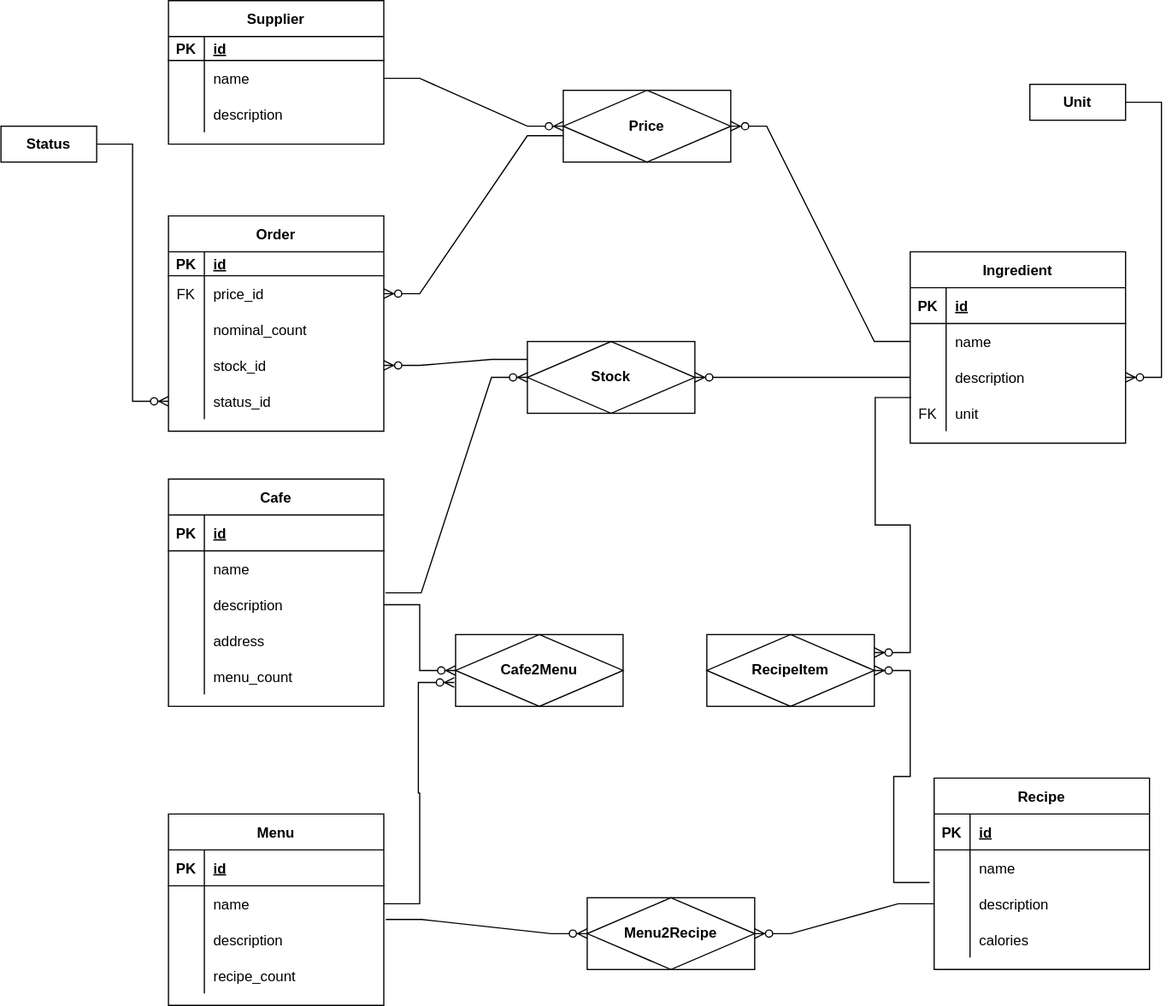
The draw.io diagram doc/fig/infological.svg in zubrailx/university-itmo, before a commit. Source tidied: cells renumbered, new cells last; positions are measured from the earlier drawing's top-left corner, leaving out a move shared by most shapes.
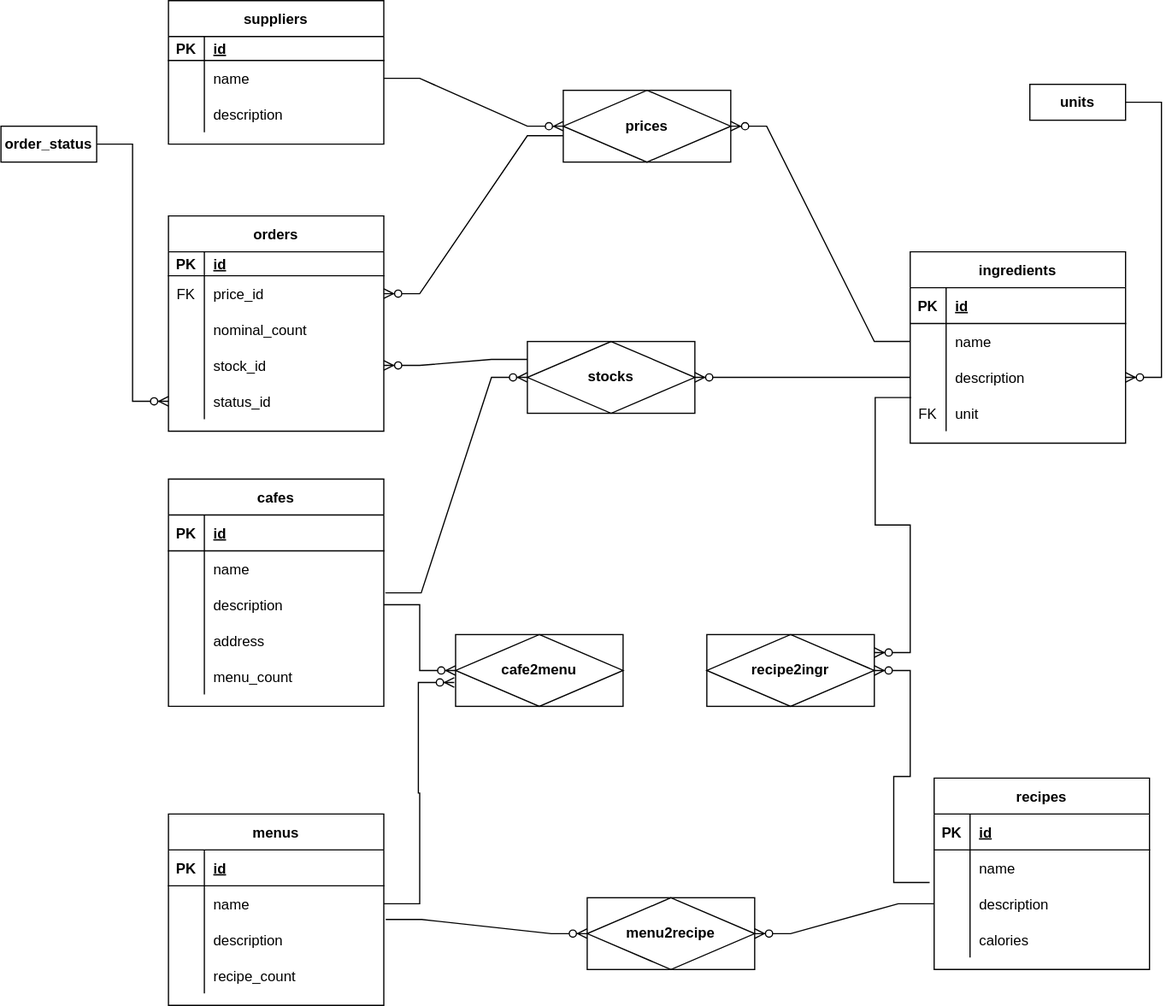
After the commit.

Change to the diagram source:
```diff
@@ -2,7 +2,7 @@
   <root>
     <mxCell id="0" />
     <mxCell id="1" parent="0" />
-    <mxCell id="2" value="Supplier" style="shape=table;startSize=30;rowLines=0;fontStyle=1;align=center;" parent="1" vertex="1">
+    <mxCell id="2" value="suppliers" style="shape=table;startSize=30;rowLines=0;fontStyle=1;align=center;" parent="1" vertex="1">
       <mxGeometry x="140" width="180" height="120" as="geometry" />
     </mxCell>
     <mxCell id="3" style="shape=tableRow;horizontal=0;startSize=0;swimlaneHead=0;swimlaneBody=0;fillColor=none;top=0;left=0;right=0;bottom=1;" parent="2" vertex="1">
@@ -32,7 +32,7 @@
     <mxCell id="11" value="description" style="shape=partialRectangle;fillColor=none;top=0;left=0;bottom=0;right=0;align=left;spacingLeft=6;overflow=hidden;" parent="9" vertex="1">
       <mxGeometry x="30" width="150" height="30" as="geometry" />
     </mxCell>
-    <mxCell id="12" value="Ingredient" style="shape=table;startSize=30;rowLines=0;fontStyle=1;align=center;" parent="1" vertex="1">
+    <mxCell id="12" value="ingredients" style="shape=table;startSize=30;rowLines=0;fontStyle=1;align=center;" parent="1" vertex="1">
       <mxGeometry x="760" y="210" width="180" height="160" as="geometry" />
     </mxCell>
     <mxCell id="13" style="shape=tableRow;horizontal=0;startSize=0;swimlaneHead=0;swimlaneBody=0;fillColor=none;top=0;left=0;right=0;bottom=1;" parent="12" vertex="1">
@@ -71,13 +71,13 @@
     <mxCell id="24" value="unit" style="shape=partialRectangle;fillColor=none;top=0;left=0;bottom=0;right=0;align=left;spacingLeft=6;overflow=hidden;" parent="22" vertex="1">
       <mxGeometry x="30" width="150" height="30" as="geometry" />
     </mxCell>
-    <mxCell id="25" value="&lt;b&gt;Price&lt;/b&gt;" style="shape=associativeEntity;whiteSpace=wrap;html=1;align=center;" parent="1" vertex="1">
+    <mxCell id="25" value="&lt;b&gt;prices&lt;/b&gt;" style="shape=associativeEntity;whiteSpace=wrap;html=1;align=center;" parent="1" vertex="1">
       <mxGeometry x="470" y="75" width="140" height="60" as="geometry" />
     </mxCell>
-    <mxCell id="26" value="&lt;b&gt;RecipeItem&lt;/b&gt;" style="shape=associativeEntity;whiteSpace=wrap;html=1;align=center;" parent="1" vertex="1">
+    <mxCell id="26" value="&lt;b&gt;recipe2ingr&lt;/b&gt;" style="shape=associativeEntity;whiteSpace=wrap;html=1;align=center;" parent="1" vertex="1">
       <mxGeometry x="590" y="530" width="140" height="60" as="geometry" />
     </mxCell>
-    <mxCell id="27" value="Recipe" style="shape=table;startSize=30;rowLines=0;fontStyle=1;align=center;" parent="1" vertex="1">
+    <mxCell id="27" value="recipes" style="shape=table;startSize=30;rowLines=0;fontStyle=1;align=center;" parent="1" vertex="1">
       <mxGeometry x="780" y="650" width="180" height="160" as="geometry" />
     </mxCell>
     <mxCell id="28" style="shape=tableRow;horizontal=0;startSize=0;swimlaneHead=0;swimlaneBody=0;fillColor=none;top=0;left=0;right=0;bottom=1;" parent="27" vertex="1">
@@ -116,10 +116,10 @@
     <mxCell id="39" value="calories" style="shape=partialRectangle;fillColor=none;top=0;left=0;bottom=0;right=0;align=left;spacingLeft=6;overflow=hidden;" parent="37" vertex="1">
       <mxGeometry x="30" width="150" height="30" as="geometry" />
     </mxCell>
-    <mxCell id="40" value="&lt;b&gt;Menu2Recipe&lt;/b&gt;" style="shape=associativeEntity;whiteSpace=wrap;html=1;align=center;" parent="1" vertex="1">
+    <mxCell id="40" value="&lt;b&gt;menu2recipe&lt;/b&gt;" style="shape=associativeEntity;whiteSpace=wrap;html=1;align=center;" parent="1" vertex="1">
       <mxGeometry x="490" y="750" width="140" height="60" as="geometry" />
     </mxCell>
-    <mxCell id="41" value="Menu" style="shape=table;startSize=30;rowLines=0;fontStyle=1;align=center;" parent="1" vertex="1">
+    <mxCell id="41" value="menus" style="shape=table;startSize=30;rowLines=0;fontStyle=1;align=center;" parent="1" vertex="1">
       <mxGeometry x="140" y="680" width="180" height="160" as="geometry" />
     </mxCell>
     <mxCell id="42" style="shape=tableRow;horizontal=0;startSize=0;swimlaneHead=0;swimlaneBody=0;fillColor=none;top=0;left=0;right=0;bottom=1;" parent="41" vertex="1">
@@ -158,10 +158,10 @@
     <mxCell id="53" value="recipe_count" style="shape=partialRectangle;fillColor=none;top=0;left=0;bottom=0;right=0;align=left;spacingLeft=6;overflow=hidden;" parent="51" vertex="1">
       <mxGeometry x="30" width="150" height="30" as="geometry" />
     </mxCell>
-    <mxCell id="54" value="&lt;b&gt;Cafe2Menu&lt;/b&gt;" style="shape=associativeEntity;whiteSpace=wrap;html=1;align=center;" parent="1" vertex="1">
+    <mxCell id="54" value="&lt;b&gt;cafe2menu&lt;/b&gt;" style="shape=associativeEntity;whiteSpace=wrap;html=1;align=center;" parent="1" vertex="1">
       <mxGeometry x="380" y="530" width="140" height="60" as="geometry" />
     </mxCell>
-    <mxCell id="55" value="Cafe" style="shape=table;startSize=30;rowLines=0;fontStyle=1;align=center;" parent="1" vertex="1">
+    <mxCell id="55" value="cafes" style="shape=table;startSize=30;rowLines=0;fontStyle=1;align=center;" parent="1" vertex="1">
       <mxGeometry x="140" y="400" width="180" height="190" as="geometry" />
     </mxCell>
     <mxCell id="56" style="shape=tableRow;horizontal=0;startSize=0;swimlaneHead=0;swimlaneBody=0;fillColor=none;top=0;left=0;right=0;bottom=1;" parent="55" vertex="1">
@@ -209,7 +209,7 @@
     <mxCell id="70" value="menu_count" style="shape=partialRectangle;fillColor=none;top=0;left=0;bottom=0;right=0;align=left;spacingLeft=6;overflow=hidden;" parent="68" vertex="1">
       <mxGeometry x="30" width="150" height="30" as="geometry" />
     </mxCell>
-    <mxCell id="71" value="&lt;b&gt;Stock&lt;/b&gt;" style="shape=associativeEntity;whiteSpace=wrap;html=1;align=center;" parent="1" vertex="1">
+    <mxCell id="71" value="&lt;b&gt;stocks&lt;/b&gt;" style="shape=associativeEntity;whiteSpace=wrap;html=1;align=center;" parent="1" vertex="1">
       <mxGeometry x="440" y="285" width="140" height="60" as="geometry" />
     </mxCell>
     <mxCell id="72" style="edgeStyle=entityRelationEdgeStyle;fontSize=12;html=1;endArrow=ERzeroToMany;endFill=1;rounded=0;exitX=1;exitY=0.5;exitDx=0;exitDy=0;entryX=0;entryY=0.5;entryDx=0;entryDy=0;" parent="1" edge="1" source="6" target="25">
@@ -239,7 +239,7 @@
     <mxCell id="80" style="edgeStyle=entityRelationEdgeStyle;fontSize=12;html=1;endArrow=ERzeroToMany;endFill=1;rounded=0;exitX=0.004;exitY=1.061;exitDx=0;exitDy=0;exitPerimeter=0;entryX=1;entryY=0.25;entryDx=0;entryDy=0;" parent="1" edge="1" source="19" target="26">
       <mxGeometry relative="1" as="geometry" />
     </mxCell>
-    <mxCell id="81" value="&lt;b&gt;Unit&lt;/b&gt;" style="whiteSpace=wrap;html=1;align=center;" parent="1" vertex="1">
+    <mxCell id="81" value="&lt;b&gt;units&lt;/b&gt;" style="whiteSpace=wrap;html=1;align=center;" parent="1" vertex="1">
       <mxGeometry x="860" y="70" width="80" height="30" as="geometry" />
     </mxCell>
     <mxCell id="82" style="edgeStyle=entityRelationEdgeStyle;fontSize=12;html=1;endArrow=ERzeroToMany;endFill=1;rounded=0;entryX=0;entryY=0.5;entryDx=0;entryDy=0;exitX=1.007;exitY=0.171;exitDx=0;exitDy=0;exitPerimeter=0;" parent="1" edge="1" source="62" target="71">
@@ -248,7 +248,7 @@
     <mxCell id="83" style="edgeStyle=entityRelationEdgeStyle;fontSize=12;html=1;endArrow=ERzeroToMany;endFill=1;rounded=0;entryX=1;entryY=0.5;entryDx=0;entryDy=0;exitX=1;exitY=0.5;exitDx=0;exitDy=0;" parent="1" edge="1" source="81" target="19">
       <mxGeometry relative="1" as="geometry" />
     </mxCell>
-    <mxCell id="84" value="Order" style="shape=table;startSize=30;rowLines=0;fontStyle=1;align=center;" parent="1" vertex="1">
+    <mxCell id="84" value="orders" style="shape=table;startSize=30;rowLines=0;fontStyle=1;align=center;" parent="1" vertex="1">
       <mxGeometry x="140" y="180" width="180" height="180" as="geometry" />
     </mxCell>
     <mxCell id="85" style="shape=tableRow;horizontal=0;startSize=0;swimlaneHead=0;swimlaneBody=0;fillColor=none;top=0;left=0;right=0;bottom=1;" parent="84" vertex="1">
@@ -296,7 +296,7 @@
     <mxCell id="99" value="status_id" style="shape=partialRectangle;fillColor=none;top=0;left=0;bottom=0;right=0;align=left;spacingLeft=6;overflow=hidden;" parent="97" vertex="1">
       <mxGeometry x="30" width="150" height="30" as="geometry" />
     </mxCell>
-    <mxCell id="100" value="&lt;b&gt;Status&lt;/b&gt;" style="whiteSpace=wrap;html=1;align=center;" parent="1" vertex="1">
+    <mxCell id="100" value="&lt;b&gt;order_status&lt;/b&gt;" style="whiteSpace=wrap;html=1;align=center;" parent="1" vertex="1">
       <mxGeometry y="105" width="80" height="30" as="geometry" />
     </mxCell>
     <mxCell id="101" style="edgeStyle=entityRelationEdgeStyle;fontSize=12;html=1;endArrow=ERzeroToMany;endFill=1;rounded=0;exitX=0;exitY=0.25;exitDx=0;exitDy=0;entryX=1;entryY=0.5;entryDx=0;entryDy=0;" parent="1" edge="1" source="71" target="94">
```
